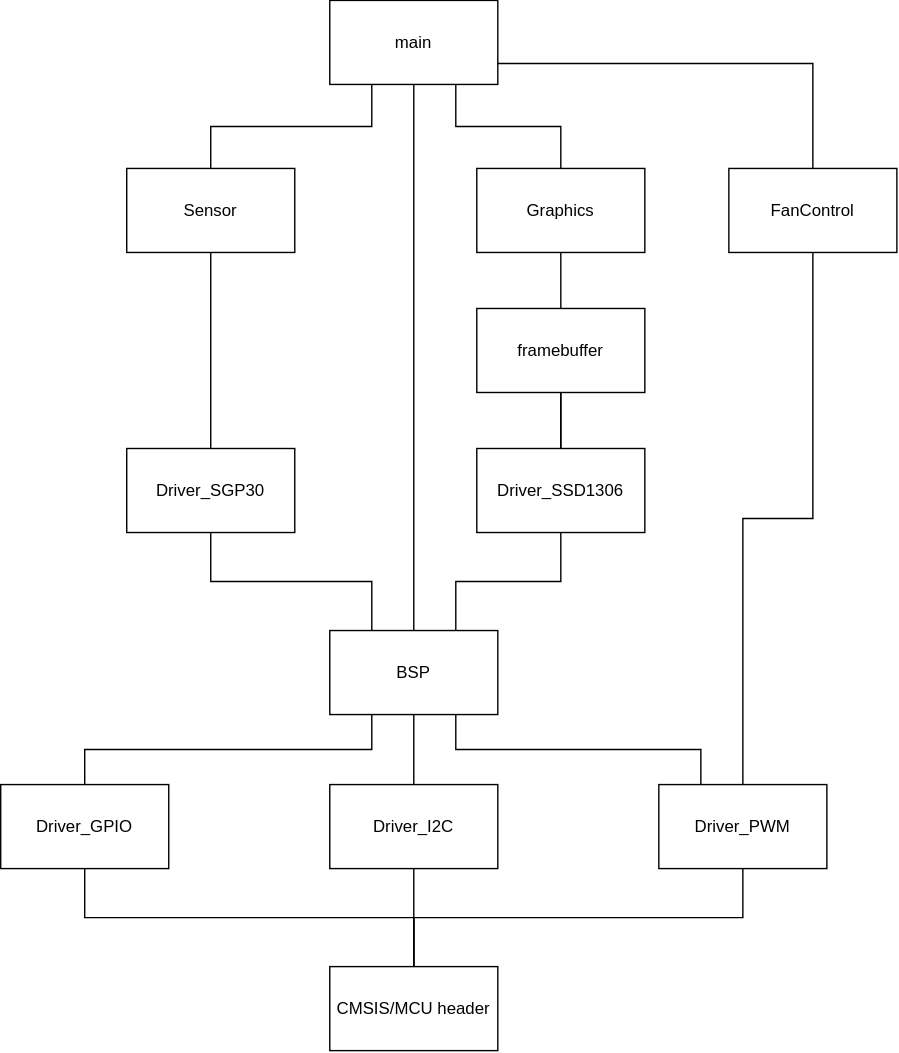
This is Docs/FumeExtractor.drawio.svg from josh-257/Fume-Extractor, a draw.io export, as it was before one commit. Source tidied: cells renumbered, new cells last; positions are measured from the earlier drawing's top-left corner, leaving out a move shared by most shapes.
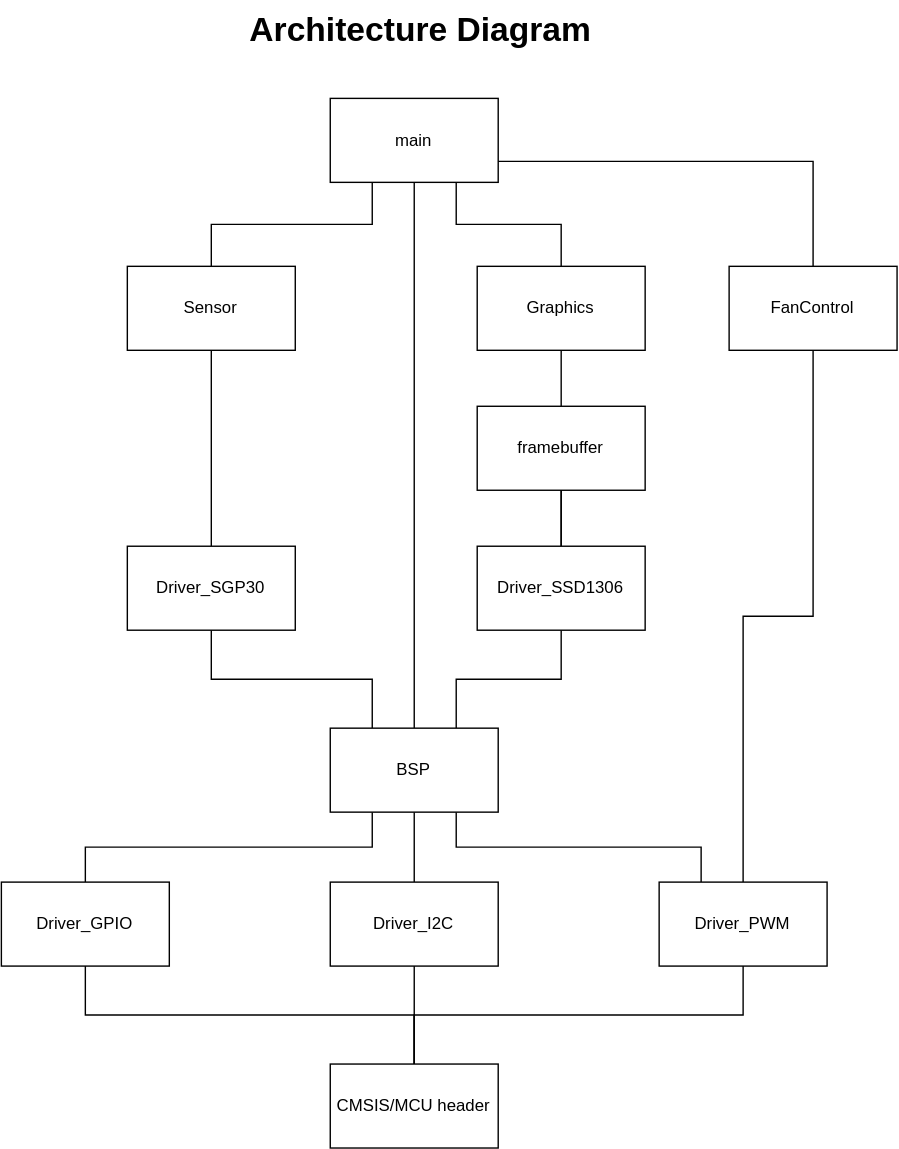
The same diagram one commit later.

The edit, as a diff of the source:
```diff
@@ -89,5 +89,8 @@
     <mxCell id="30" value="Driver_PWM" style="rounded=0;whiteSpace=wrap;html=1;" parent="1" vertex="1">
       <mxGeometry x="470" y="560" width="120" height="60" as="geometry" />
     </mxCell>
+    <mxCell id="31" value="&lt;h1 style=&quot;margin-top: 0px;&quot;&gt;Architecture Diagram&lt;/h1&gt;" style="text;html=1;whiteSpace=wrap;overflow=hidden;rounded=0;align=center;" parent="1" vertex="1">
+      <mxGeometry x="175" y="-70" width="250" height="40" as="geometry" />
+    </mxCell>
   </root>
 </mxGraphModel>
```
